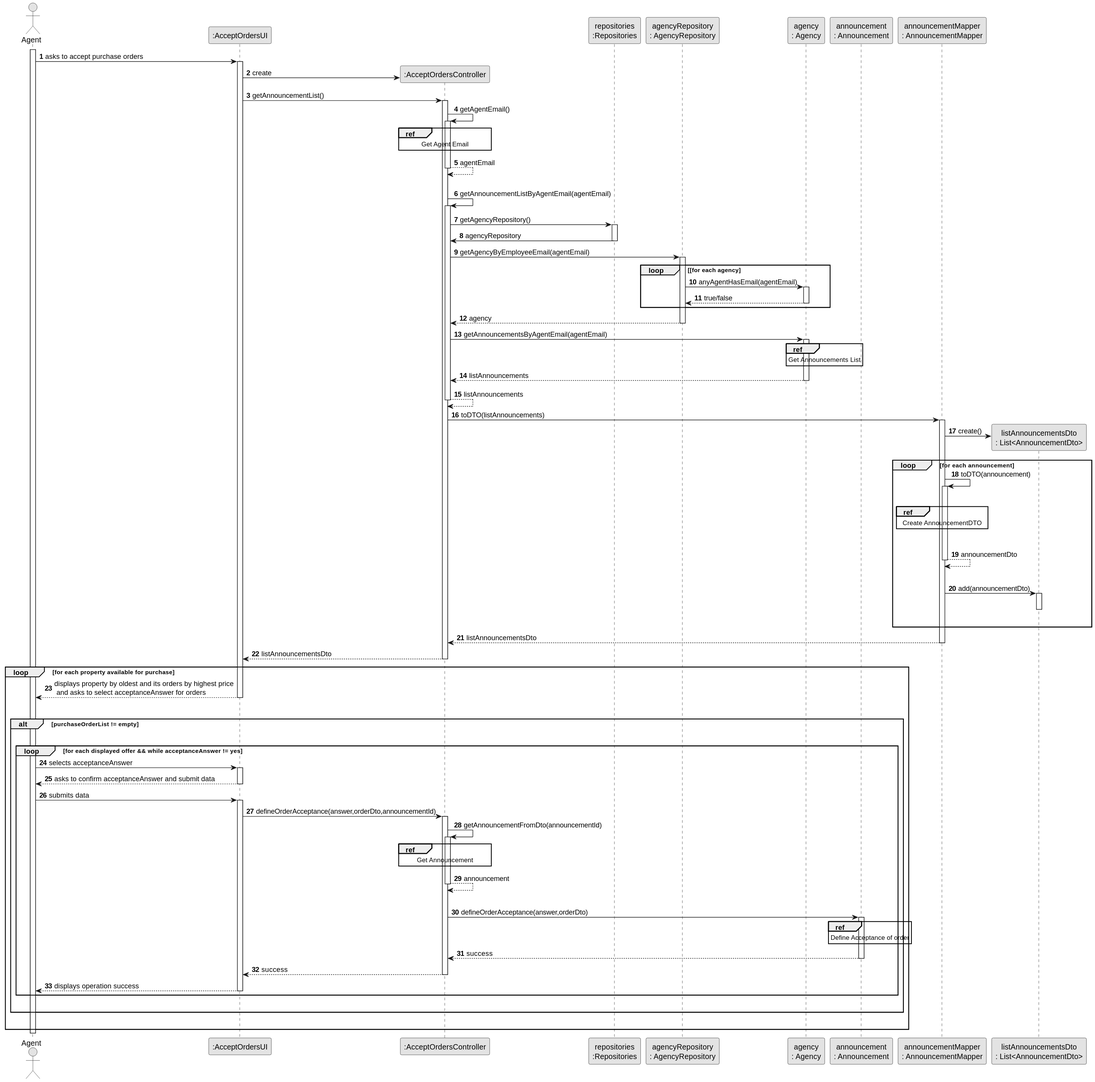
This is docs/sprintC/us011/03.design/svg/us011-sequence-diagram-split.svg from rita-barbosa/LAPR2-2223, a PlantUML export, as it was before one commit.
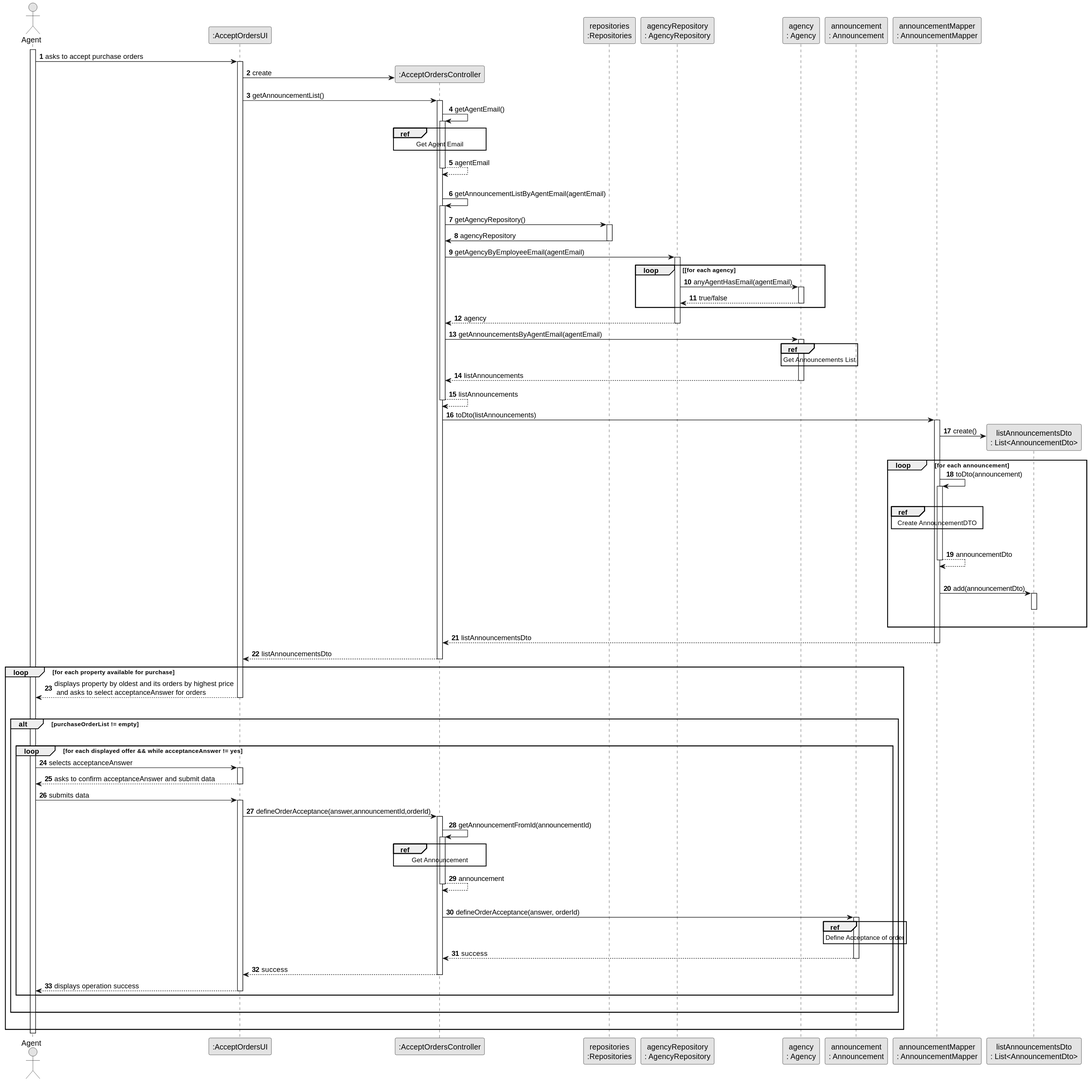
After the change.

Commit message:
Update Sequence & Class diagram: final alterations [US011][Design][#01 & #05 Task]

Diff of the diagram source:
```diff
@@ -69,14 +69,14 @@
      CTRL --> CTRL: listAnnouncements
      deactivate CTRL
 
-     CTRL -> AnnMAPPER : toDTO(listAnnouncements)
+     CTRL -> AnnMAPPER : toDto(listAnnouncements)
      activate AnnMAPPER
 
      AnnMAPPER -> AnnDtoList**: create()
 
             loop for each announcement
 
-            AnnMAPPER -> AnnMAPPER : toDTO(announcement)
+            AnnMAPPER -> AnnMAPPER : toDto(announcement)
             activate AnnMAPPER
                  |||
                  ref over AnnMAPPER
@@ -117,10 +117,10 @@
             ADM -> UI  : submits data
             activate UI
 
-            UI -> CTRL : defineOrderAcceptance(answer,orderDto,announcementId)
+            UI -> CTRL : defineOrderAcceptance(answer,announcementId,orderId)
             activate CTRL
 
-            CTRL -> CTRL: getAnnouncementFromDto(announcementId)
+            CTRL -> CTRL: getAnnouncementFromId(announcementId)
             activate CTRL
 
                 ref over CTRL
@@ -131,7 +131,7 @@
             deactivate CTRL
 
             |||
-            CTRL-> Announce : defineOrderAcceptance(answer,orderDto)
+            CTRL-> Announce : defineOrderAcceptance(answer, orderId)
             activate Announce
 
             ref over Announce
```
